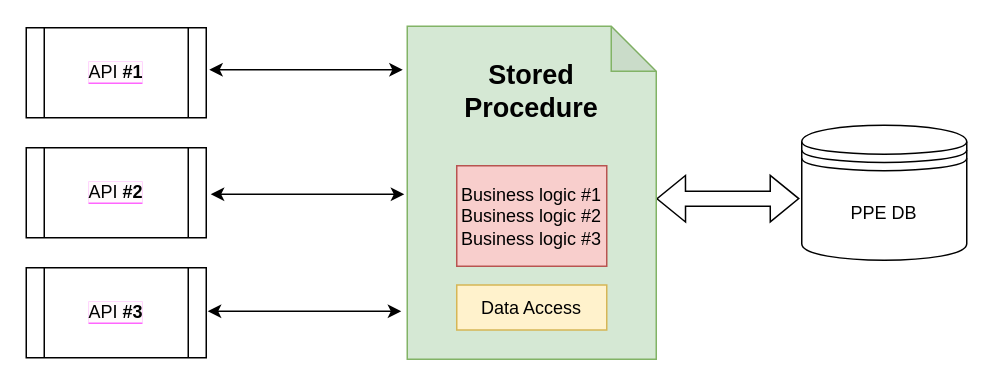
The draw.io diagram page "Page-1" (1 of 2) of Untitled Diagram.drawio in TUKAKKAR/TEMP, before the edit. Source tidied: cells renumbered, new cells numbered last; positions are measured from the earlier drawing's top-left corner, leaving out a move shared by most shapes. Both pictures are drawn from the tidied source at 150%, with x=0, y=0 at pixel (26, 26).
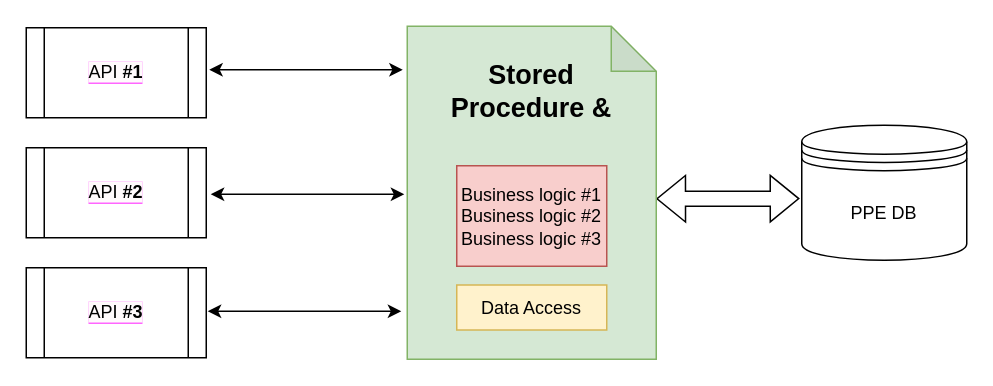
The same diagram, later.

The change refers to these unchanged cells:
```xml
<mxCell id="10" style="group;" parent="1" vertex="1">
  <mxGeometry x="254" width="166" height="222" as="geometry" />
</mxCell>
```

What changed in the source:
```diff
@@
-    <mxCell id="14" value="Stored Procedure" style="rounded=0;whiteSpace=wrap;html=1;labelBackgroundColor=none;fillStyle=solid;fontSize=18;fillColor=none;fontStyle=1;verticalAlign=middle;strokeColor=none;" parent="10" vertex="1">
+    <mxCell id="14" value="Stored Procedure &amp;amp;" style="rounded=0;whiteSpace=wrap;html=1;labelBackgroundColor=none;fillStyle=solid;fontSize=18;fillColor=none;fontStyle=1;verticalAlign=middle;strokeColor=none;" parent="10" vertex="1">
       <mxGeometry x="26" y="23" width="114" height="42" as="geometry" />
     </mxCell>
```
